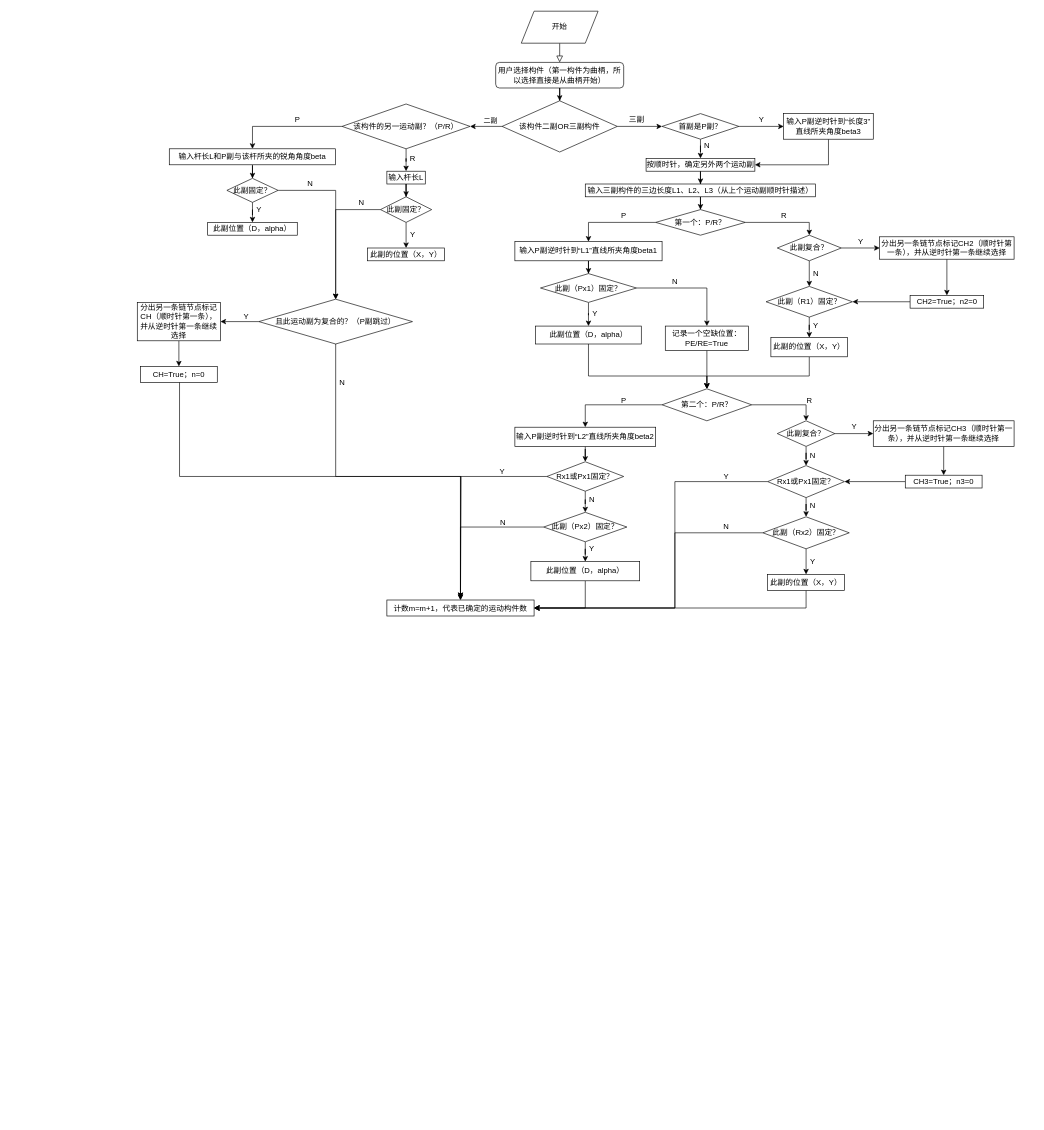
This is Untitled Diagram.drawio from XAVI-Hu/Automatic-modeling-of-CAD-variation-geometry, a draw.io file, before an edit. Source tidied: cells renumbered, new cells numbered last; positions are measured from the earlier drawing's top-left corner, leaving out a move shared by most shapes. Both pictures are drawn from the tidied source at 64%, with x=0, y=0 at pixel (137, 11).
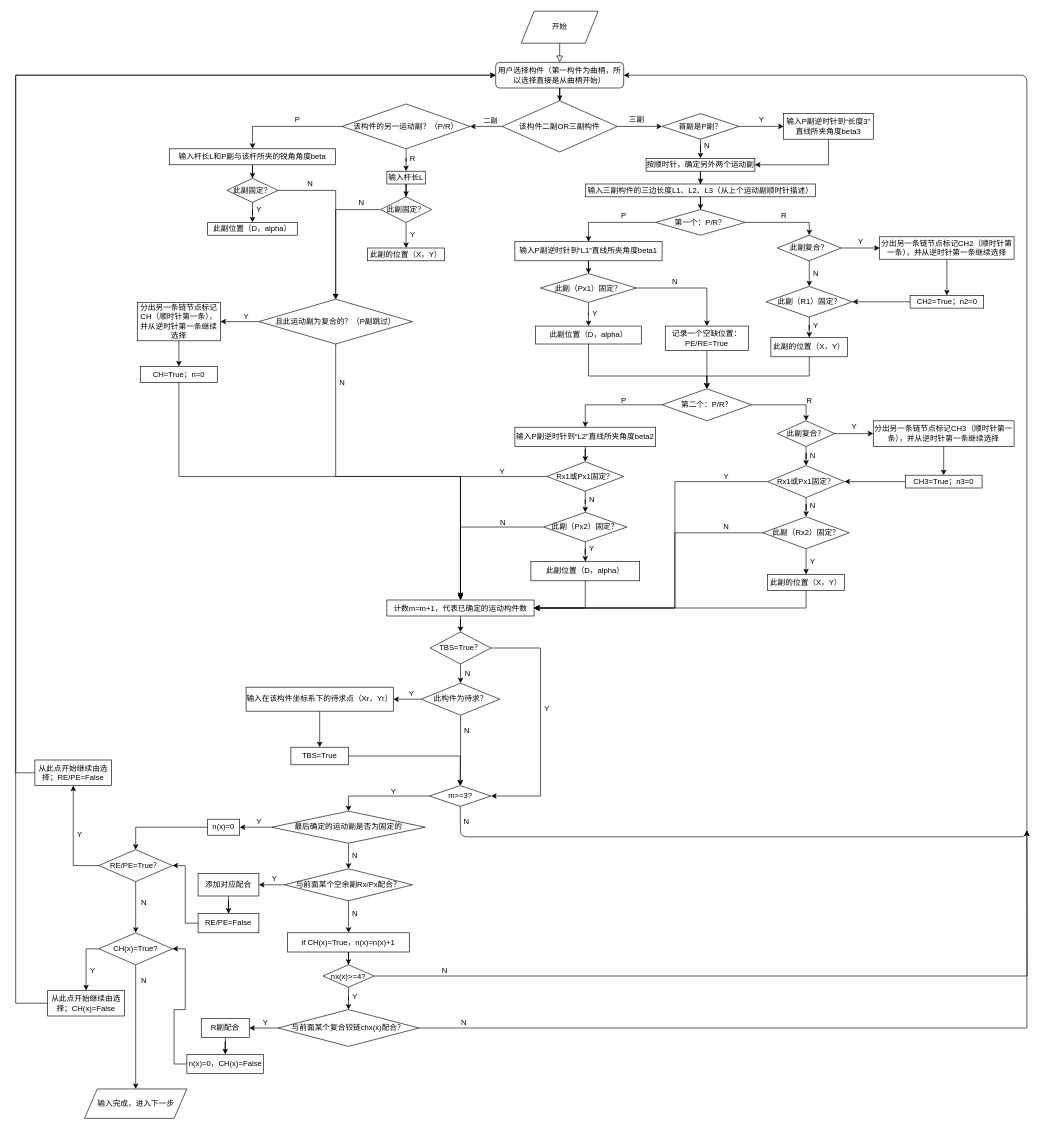
The same page after the edit.

Unchanged cells that the change refers to:
```xml
<mxCell id="4" value="用户选择构件（第一构件为曲柄，所以选择直接是从曲柄开始）" style="rounded=1;whiteSpace=wrap;html=1;" parent="1" vertex="1">
  <mxGeometry x="560" y="80" width="200" height="40" as="geometry" />
</mxCell>
<mxCell id="108" value="计数m=m+1，代表已确定的运动构件数" style="whiteSpace=wrap;html=1;" parent="1" vertex="1">
  <mxGeometry x="390" y="920" width="230" height="25" as="geometry" />
</mxCell>
```

Change to the diagram source:
```diff
@@
-    <mxCell id="50" style="edgeStyle=orthogonalEdgeStyle;rounded=0;orthogonalLoop=1;jettySize=auto;html=1;exitX=0.5;exitY=1;exitDx=0;exitDy=0;entryX=0.5;entryY=0;entryDx=0;entryDy=0;" parent="1" edge="1">
-      <mxGeometry relative="1" as="geometry">
-        <mxPoint x="66" y="577" as="sourcePoint" />
-        <mxPoint x="505" y="917" as="targetPoint" />
-        <Array as="points">
-          <mxPoint x="66" y="727" />
-          <mxPoint x="506" y="727" />
-        </Array>
-      </mxGeometry>
-    </mxCell>
+    <mxCell id="125" style="edgeStyle=orthogonalEdgeStyle;rounded=0;orthogonalLoop=1;jettySize=auto;html=1;exitX=0.5;exitY=1;exitDx=0;exitDy=0;entryX=0.5;entryY=0;entryDx=0;entryDy=0;" parent="1" edge="1">
+      <mxGeometry relative="1" as="geometry">
+        <mxPoint x="65" y="577" as="sourcePoint" />
+        <mxPoint x="505" y="917" as="targetPoint" />
+        <Array as="points">
+          <mxPoint x="65" y="727" />
+          <mxPoint x="505" y="727" />
+        </Array>
+      </mxGeometry>
+    </mxCell>
@@
+    <mxCell id="126" style="edgeStyle=orthogonalEdgeStyle;rounded=0;jettySize=auto;html=1;" parent="1" edge="1" source="108" target="129">
+      <mxGeometry relative="1" as="geometry" />
+    </mxCell>
@@
+    <mxCell id="127" style="edgeStyle=orthogonalEdgeStyle;rounded=0;jettySize=auto;html=1;" parent="1" edge="1" source="129" target="132">
+      <mxGeometry relative="1" as="geometry" />
+    </mxCell>
+    <mxCell id="128" style="edgeStyle=orthogonalEdgeStyle;rounded=0;jettySize=auto;html=1;exitX=1;exitY=0.5;exitDx=0;exitDy=0;entryX=1;entryY=0.5;entryDx=0;entryDy=0;" parent="1" edge="1" source="129" target="140">
+      <mxGeometry relative="1" as="geometry">
+        <Array as="points">
+          <mxPoint x="630" y="995" />
+          <mxPoint x="630" y="1226" />
+        </Array>
+      </mxGeometry>
+    </mxCell>
+    <mxCell id="129" value="TBS=True？" style="rhombus;whiteSpace=wrap;html=1;" parent="1" vertex="1">
+      <mxGeometry x="457.5" y="970" width="95" height="50" as="geometry" />
+    </mxCell>
+    <mxCell id="130" style="edgeStyle=orthogonalEdgeStyle;rounded=0;jettySize=auto;html=1;" parent="1" edge="1" source="132" target="135">
+      <mxGeometry relative="1" as="geometry" />
+    </mxCell>
+    <mxCell id="131" style="edgeStyle=orthogonalEdgeStyle;rounded=0;jettySize=auto;html=1;entryX=0.5;entryY=0;entryDx=0;entryDy=0;" parent="1" edge="1" source="132" target="140">
+      <mxGeometry relative="1" as="geometry">
+        <Array as="points">
+          <mxPoint x="505" y="1180" />
+          <mxPoint x="505" y="1180" />
+        </Array>
+      </mxGeometry>
+    </mxCell>
+    <mxCell id="132" value="此构件为待求？" style="rhombus;whiteSpace=wrap;html=1;" parent="1" vertex="1">
+      <mxGeometry x="443.8" y="1050" width="122.5" height="50" as="geometry" />
+    </mxCell>
+    <mxCell id="133" value="N" style="text;html=1;align=center;verticalAlign=middle;" parent="1" vertex="1">
+      <mxGeometry x="506" y="1025" width="20" height="20" as="geometry" />
+    </mxCell>
+    <mxCell id="134" style="edgeStyle=orthogonalEdgeStyle;rounded=0;jettySize=auto;html=1;" parent="1" edge="1" source="135" target="138">
+      <mxGeometry relative="1" as="geometry" />
+    </mxCell>
+    <mxCell id="135" value="输入在该构件坐标系下的待求点（Xr，Yr）" style="whiteSpace=wrap;html=1;" parent="1" vertex="1">
+      <mxGeometry x="170" y="1056.2" width="230" height="37.5" as="geometry" />
+    </mxCell>
+    <mxCell id="136" value="Y" style="text;html=1;align=center;verticalAlign=middle;" parent="1" vertex="1">
+      <mxGeometry x="418" y="1057" width="20" height="20" as="geometry" />
+    </mxCell>
+    <mxCell id="137" style="edgeStyle=orthogonalEdgeStyle;rounded=0;orthogonalLoop=1;jettySize=auto;html=1;exitX=1;exitY=0.5;exitDx=0;exitDy=0;entryX=0.5;entryY=0;entryDx=0;entryDy=0;" parent="1" edge="1">
+      <mxGeometry relative="1" as="geometry">
+        <mxPoint x="330" y="1163.8" as="sourcePoint" />
+        <mxPoint x="504.6" y="1210" as="targetPoint" />
+        <Array as="points">
+          <mxPoint x="505" y="1164" />
+        </Array>
+      </mxGeometry>
+    </mxCell>
+    <mxCell id="138" value="TBS=True" style="whiteSpace=wrap;html=1;" parent="1" vertex="1">
+      <mxGeometry x="240" y="1150" width="90" height="27.5" as="geometry" />
+    </mxCell>
+    <mxCell id="139" style="edgeStyle=orthogonalEdgeStyle;rounded=0;jettySize=auto;html=1;" parent="1" edge="1" source="140" target="145">
+      <mxGeometry relative="1" as="geometry" />
+    </mxCell>
+    <mxCell id="140" value="m&amp;gt;=3?" style="rhombus;whiteSpace=wrap;html=1;" parent="1" vertex="1">
+      <mxGeometry x="456.5" y="1210" width="96.2" height="32.5" as="geometry" />
+    </mxCell>
+    <mxCell id="141" value="Y" style="text;html=1;align=center;verticalAlign=middle;" parent="1" vertex="1">
+      <mxGeometry x="630" y="1080" width="20" height="20" as="geometry" />
+    </mxCell>
+    <mxCell id="142" value="N" style="text;html=1;align=center;verticalAlign=middle;" parent="1" vertex="1">
+      <mxGeometry x="505" y="1114" width="20" height="20" as="geometry" />
+    </mxCell>
+    <mxCell id="143" style="edgeStyle=orthogonalEdgeStyle;rounded=0;jettySize=auto;html=1;" parent="1" edge="1" source="145" target="151">
+      <mxGeometry relative="1" as="geometry" />
+    </mxCell>
+    <mxCell id="144" style="edgeStyle=orthogonalEdgeStyle;rounded=0;jettySize=auto;html=1;" parent="1" edge="1" source="145" target="154">
+      <mxGeometry relative="1" as="geometry" />
+    </mxCell>
+    <mxCell id="145" value="最后确定的运动副是否为固定的" style="rhombus;whiteSpace=wrap;html=1;" parent="1" vertex="1">
+      <mxGeometry x="210" y="1250" width="240" height="50" as="geometry" />
+    </mxCell>
+    <mxCell id="146" value="Y&lt;br&gt;" style="text;html=1;align=center;verticalAlign=middle;" parent="1" vertex="1">
+      <mxGeometry x="390" y="1210" width="20" height="20" as="geometry" />
+    </mxCell>
+    <mxCell id="147" style="endArrow=classic;html=1;exitX=0.5;exitY=1;exitDx=0;exitDy=0;entryX=1;entryY=0.5;entryDx=0;entryDy=0;" parent="1" edge="1" source="140" target="4">
+      <mxGeometry relative="1" as="geometry">
+        <Array as="points">
+          <mxPoint x="505" y="1290" />
+          <mxPoint x="1390" y="1290" />
+          <mxPoint x="1390" y="100" />
+        </Array>
+      </mxGeometry>
+    </mxCell>
+    <mxCell id="148" value="N" style="text;html=1;align=center;verticalAlign=middle;" parent="1" vertex="1">
+      <mxGeometry x="504" y="1257" width="20" height="20" as="geometry" />
+    </mxCell>
+    <mxCell id="149" style="edgeStyle=orthogonalEdgeStyle;rounded=0;jettySize=auto;html=1;" parent="1" edge="1" source="151" target="160">
+      <mxGeometry relative="1" as="geometry" />
+    </mxCell>
+    <mxCell id="150" style="edgeStyle=orthogonalEdgeStyle;rounded=0;jettySize=auto;html=1;" parent="1" edge="1" source="151" target="174">
+      <mxGeometry relative="1" as="geometry" />
+    </mxCell>
+    <mxCell id="151" value="与前面某个空余副Rx/Px配合？" style="rhombus;whiteSpace=wrap;html=1;" parent="1" vertex="1">
+      <mxGeometry x="230" y="1340" width="200" height="50" as="geometry" />
+    </mxCell>
+    <mxCell id="152" value="N" style="text;html=1;align=center;verticalAlign=middle;" parent="1" vertex="1">
+      <mxGeometry x="330" y="1310" width="20" height="20" as="geometry" />
+    </mxCell>
+    <mxCell id="153" style="edgeStyle=orthogonalEdgeStyle;rounded=0;jettySize=auto;html=1;" parent="1" edge="1" source="154" target="158">
+      <mxGeometry relative="1" as="geometry" />
+    </mxCell>
+    <mxCell id="154" value="n(x)=0" style="whiteSpace=wrap;html=1;" parent="1" vertex="1">
+      <mxGeometry x="110" y="1262.5" width="50" height="25" as="geometry" />
+    </mxCell>
+    <mxCell id="155" value="Y" style="text;html=1;align=center;verticalAlign=middle;" parent="1" vertex="1">
+      <mxGeometry x="180" y="1257" width="20" height="20" as="geometry" />
+    </mxCell>
+    <mxCell id="156" style="edgeStyle=orthogonalEdgeStyle;rounded=0;jettySize=auto;html=1;" parent="1" edge="1" source="158" target="165">
+      <mxGeometry relative="1" as="geometry" />
+    </mxCell>
+    <mxCell id="157" style="edgeStyle=orthogonalEdgeStyle;rounded=0;jettySize=auto;html=1;" parent="1" edge="1" source="158" target="171">
+      <mxGeometry relative="1" as="geometry">
+        <Array as="points">
+          <mxPoint x="-100" y="1335" />
+        </Array>
+      </mxGeometry>
+    </mxCell>
+    <mxCell id="158" value="RE/PE=True？" style="rhombus;whiteSpace=wrap;html=1;" parent="1" vertex="1">
+      <mxGeometry x="-60" y="1310" width="115" height="50" as="geometry" />
+    </mxCell>
+    <mxCell id="159" style="edgeStyle=orthogonalEdgeStyle;rounded=0;jettySize=auto;html=1;" parent="1" edge="1" source="160" target="162">
+      <mxGeometry relative="1" as="geometry" />
+    </mxCell>
+    <mxCell id="160" value="添加对应配合" style="whiteSpace=wrap;html=1;" parent="1" vertex="1">
+      <mxGeometry x="95" y="1347.5" width="95" height="35" as="geometry" />
+    </mxCell>
+    <mxCell id="161" style="edgeStyle=orthogonalEdgeStyle;rounded=0;jettySize=auto;html=1;exitX=0;exitY=0.5;exitDx=0;exitDy=0;entryX=1;entryY=0.5;entryDx=0;entryDy=0;" parent="1" edge="1" source="162" target="158">
+      <mxGeometry relative="1" as="geometry" />
+    </mxCell>
+    <mxCell id="162" value="RE/PE=False" style="whiteSpace=wrap;html=1;" parent="1" vertex="1">
+      <mxGeometry x="95" y="1410" width="95" height="30" as="geometry" />
+    </mxCell>
+    <mxCell id="163" style="edgeStyle=orthogonalEdgeStyle;rounded=0;jettySize=auto;html=1;exitX=0;exitY=0.5;exitDx=0;exitDy=0;" parent="1" edge="1" source="165" target="168">
+      <mxGeometry relative="1" as="geometry" />
+    </mxCell>
+    <mxCell id="164" style="edgeStyle=orthogonalEdgeStyle;rounded=0;jettySize=auto;html=1;entryX=0.5;entryY=0;entryDx=0;entryDy=0;" parent="1" edge="1" source="165">
+      <mxGeometry relative="1" as="geometry">
+        <mxPoint x="-2.5" y="1684" as="targetPoint" />
+      </mxGeometry>
+    </mxCell>
+    <mxCell id="165" value="CH(x)=True?" style="rhombus;whiteSpace=wrap;html=1;" parent="1" vertex="1">
+      <mxGeometry x="-60" y="1440" width="115" height="50" as="geometry" />
+    </mxCell>
+    <mxCell id="166" value="N" style="text;html=1;align=center;verticalAlign=middle;" parent="1" vertex="1">
+      <mxGeometry y="1382.5" width="20" height="20" as="geometry" />
+    </mxCell>
+    <mxCell id="167" style="edgeStyle=orthogonalEdgeStyle;rounded=0;jettySize=auto;html=1;exitX=0;exitY=0.5;exitDx=0;exitDy=0;entryX=0;entryY=0.5;entryDx=0;entryDy=0;" parent="1" edge="1" source="168" target="4">
+      <mxGeometry relative="1" as="geometry">
+        <Array as="points">
+          <mxPoint x="-190" y="1550" />
+          <mxPoint x="-190" y="100" />
+        </Array>
+      </mxGeometry>
+    </mxCell>
+    <mxCell id="168" value="从此点开始继续由选择；CH(x)=False" style="whiteSpace=wrap;html=1;" parent="1" vertex="1">
+      <mxGeometry x="-140" y="1530" width="120" height="40" as="geometry" />
+    </mxCell>
+    <mxCell id="169" value="Y" style="text;html=1;align=center;verticalAlign=middle;" parent="1" vertex="1">
+      <mxGeometry x="-80" y="1490" width="20" height="20" as="geometry" />
+    </mxCell>
+    <mxCell id="170" style="edgeStyle=orthogonalEdgeStyle;rounded=0;jettySize=auto;html=1;exitX=0;exitY=0.5;exitDx=0;exitDy=0;entryX=0;entryY=0.5;entryDx=0;entryDy=0;" parent="1" edge="1" source="171" target="4">
+      <mxGeometry relative="1" as="geometry">
+        <Array as="points">
+          <mxPoint x="-190" y="1190" />
+          <mxPoint x="-190" y="100" />
+        </Array>
+      </mxGeometry>
+    </mxCell>
+    <mxCell id="171" value="从此点开始继续由选择；RE/PE=False" style="whiteSpace=wrap;html=1;" parent="1" vertex="1">
+      <mxGeometry x="-160" y="1170" width="120" height="40" as="geometry" />
+    </mxCell>
+    <mxCell id="172" value="Y" style="text;html=1;align=center;verticalAlign=middle;" parent="1" vertex="1">
+      <mxGeometry x="-100" y="1277" width="20" height="20" as="geometry" />
+    </mxCell>
+    <mxCell id="173" style="edgeStyle=orthogonalEdgeStyle;rounded=0;jettySize=auto;html=1;" parent="1" edge="1" source="174" target="179">
+      <mxGeometry relative="1" as="geometry" />
+    </mxCell>
+    <mxCell id="174" value="if CH(x)=True，n(x)=n(x)+1" style="whiteSpace=wrap;html=1;" parent="1" vertex="1">
+      <mxGeometry x="235" y="1440" width="190" height="30" as="geometry" />
+    </mxCell>
+    <mxCell id="175" value="N" style="text;html=1;align=center;verticalAlign=middle;" parent="1" vertex="1">
+      <mxGeometry x="330" y="1400" width="20" height="20" as="geometry" />
+    </mxCell>
+    <mxCell id="176" value="Y" style="text;html=1;align=center;verticalAlign=middle;" parent="1" vertex="1">
+      <mxGeometry x="204" y="1345" width="20" height="20" as="geometry" />
+    </mxCell>
+    <mxCell id="177" style="edgeStyle=orthogonalEdgeStyle;rounded=0;jettySize=auto;html=1;" parent="1" edge="1" source="179" target="182">
+      <mxGeometry relative="1" as="geometry" />
+    </mxCell>
+    <mxCell id="178" style="edgeStyle=orthogonalEdgeStyle;rounded=0;jettySize=auto;html=1;exitX=1;exitY=0.5;exitDx=0;exitDy=0;" parent="1" edge="1" source="179">
+      <mxGeometry relative="1" as="geometry">
+        <mxPoint x="1390" y="1280" as="targetPoint" />
+      </mxGeometry>
+    </mxCell>
+    <mxCell id="179" value="&amp;nbsp; &amp;nbsp;nx(x)&amp;gt;=4?&amp;nbsp; &amp;nbsp;" style="rhombus;whiteSpace=wrap;html=1;" parent="1" vertex="1">
+      <mxGeometry x="290" y="1490" width="80" height="35" as="geometry" />
+    </mxCell>
+    <mxCell id="180" style="edgeStyle=orthogonalEdgeStyle;rounded=0;jettySize=auto;html=1;exitX=1;exitY=0.5;exitDx=0;exitDy=0;" parent="1" edge="1" source="182">
+      <mxGeometry relative="1" as="geometry">
+        <mxPoint x="1390" y="1280" as="targetPoint" />
+        <Array as="points">
+          <mxPoint x="1390" y="1589" />
+        </Array>
+      </mxGeometry>
+    </mxCell>
+    <mxCell id="181" style="edgeStyle=orthogonalEdgeStyle;rounded=0;jettySize=auto;html=1;" parent="1" edge="1" source="182" target="187">
+      <mxGeometry relative="1" as="geometry" />
+    </mxCell>
+    <mxCell id="182" value="与前面某个复合铰链chx(x)配合？" style="rhombus;whiteSpace=wrap;html=1;" parent="1" vertex="1">
+      <mxGeometry x="220" y="1560" width="220" height="57.5" as="geometry" />
+    </mxCell>
+    <mxCell id="183" value="Y" style="text;html=1;align=center;verticalAlign=middle;" parent="1" vertex="1">
+      <mxGeometry x="330" y="1530" width="20" height="20" as="geometry" />
+    </mxCell>
+    <mxCell id="184" value="N" style="text;html=1;align=center;verticalAlign=middle;" parent="1" vertex="1">
+      <mxGeometry x="470" y="1490" width="20" height="20" as="geometry" />
+    </mxCell>
+    <mxCell id="185" value="N" style="text;html=1;align=center;verticalAlign=middle;" parent="1" vertex="1">
+      <mxGeometry x="500" y="1570" width="20" height="20" as="geometry" />
+    </mxCell>
+    <mxCell id="186" style="edgeStyle=orthogonalEdgeStyle;rounded=0;jettySize=auto;html=1;" parent="1" edge="1" source="187" target="189">
+      <mxGeometry relative="1" as="geometry" />
+    </mxCell>
+    <mxCell id="187" value="R副配合" style="whiteSpace=wrap;html=1;" parent="1" vertex="1">
+      <mxGeometry x="100" y="1573.8" width="75" height="30" as="geometry" />
+    </mxCell>
+    <mxCell id="188" style="edgeStyle=orthogonalEdgeStyle;rounded=0;jettySize=auto;html=1;exitX=0;exitY=0.5;exitDx=0;exitDy=0;entryX=1;entryY=0.5;entryDx=0;entryDy=0;" parent="1" edge="1" source="189" target="165">
+      <mxGeometry relative="1" as="geometry" />
+    </mxCell>
+    <mxCell id="189" value="n(x)=0，CH(x)=False" style="whiteSpace=wrap;html=1;" parent="1" vertex="1">
+      <mxGeometry x="77.5" y="1630" width="120" height="30" as="geometry" />
+    </mxCell>
+    <mxCell id="190" value="Y" style="text;html=1;align=center;verticalAlign=middle;" parent="1" vertex="1">
+      <mxGeometry x="190" y="1570" width="20" height="20" as="geometry" />
+    </mxCell>
+    <mxCell id="191" value="N" style="text;html=1;align=center;verticalAlign=middle;" parent="1" vertex="1">
+      <mxGeometry y="1505" width="20" height="20" as="geometry" />
+    </mxCell>
+    <mxCell id="192" value="输入完成，进入下一步" style="shape=parallelogram;perimeter=parallelogramPerimeter;whiteSpace=wrap;html=1;fixedSize=1;" parent="1" vertex="1">
+      <mxGeometry x="-82.5" y="1684" width="160" height="46" as="geometry" />
+    </mxCell>
```
